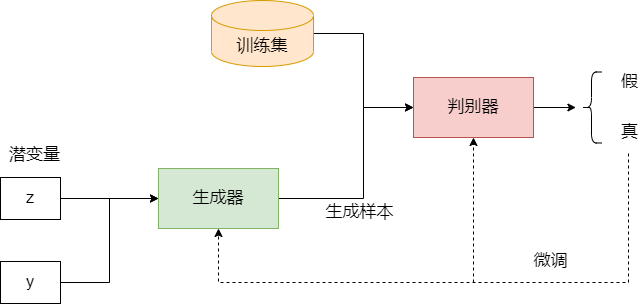
Before: gan.drawio.png, a diagram exported from draw.io (lakomi/pictures). Source tidied: cells renumbered, new cells last; positions are measured from the earlier drawing's top-left corner, leaving out a move shared by most shapes.
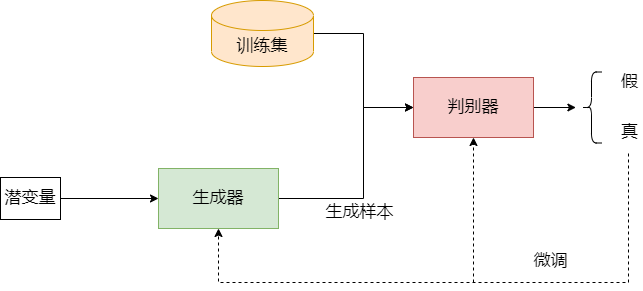
Above is the later version.

The edit, as a diff of the source:
```diff
@@ -30,7 +30,7 @@
     <mxCell id="8" style="edgeStyle=orthogonalEdgeStyle;rounded=0;jettySize=auto;html=1;exitX=1;exitY=0.5;exitDx=0;exitDy=0;entryX=0;entryY=0.5;entryDx=0;entryDy=0;" parent="1" edge="1" source="9" target="3">
       <mxGeometry relative="1" as="geometry" />
     </mxCell>
-    <mxCell id="9" value="z" style="rounded=0;whiteSpace=wrap;html=1;fontSize=17;" parent="1" vertex="1">
+    <mxCell id="9" value="潜变量" style="rounded=0;whiteSpace=wrap;html=1;fontSize=17;" parent="1" vertex="1">
       <mxGeometry y="177" width="60" height="42" as="geometry" />
     </mxCell>
     <mxCell id="10" value="生成样本" style="text;html=1;align=center;verticalAlign=middle;strokeColor=none;fillColor=none;fontSize=17;" parent="1" vertex="1">
@@ -61,14 +61,5 @@
     <mxCell id="16" value="微调" style="text;html=1;align=center;verticalAlign=middle;strokeColor=none;fillColor=none;fontSize=17;" parent="1" vertex="1">
       <mxGeometry x="528" y="249" width="44" height="24" as="geometry" />
     </mxCell>
-    <mxCell id="17" value="潜变量" style="text;html=1;align=center;verticalAlign=middle;strokeColor=none;fillColor=none;fontSize=17;" parent="1" vertex="1">
-      <mxGeometry x="3" y="142.5" width="61" height="24" as="geometry" />
-    </mxCell>
-    <mxCell id="18" style="edgeStyle=orthogonalEdgeStyle;rounded=0;jettySize=auto;html=1;exitX=1;exitY=0.5;exitDx=0;exitDy=0;entryX=0;entryY=0.5;entryDx=0;entryDy=0;" parent="1" edge="1" source="19" target="3">
-      <mxGeometry relative="1" as="geometry" />
-    </mxCell>
-    <mxCell id="19" value="y" style="rounded=0;whiteSpace=wrap;html=1;fontSize=17;" parent="1" vertex="1">
-      <mxGeometry y="261" width="60" height="42" as="geometry" />
-    </mxCell>
   </root>
 </mxGraphModel>
```
